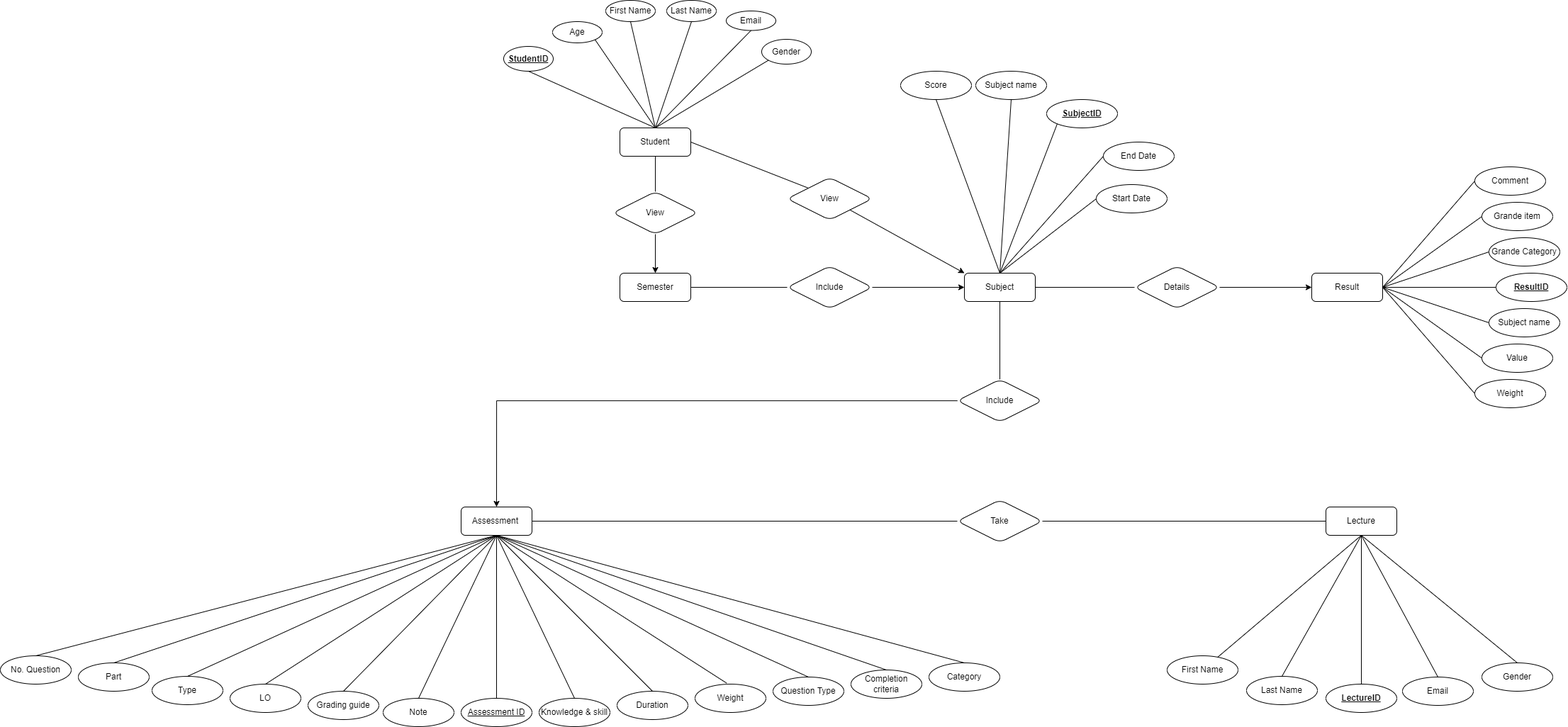
This is ERD Quan Ly Diem.png from vietanhlek48/DBI_SP22_Assessment, a draw.io export, as it was before one commit. Source tidied: cells renumbered, new cells last; positions are measured from the earlier drawing's top-left corner, leaving out a move shared by most shapes.
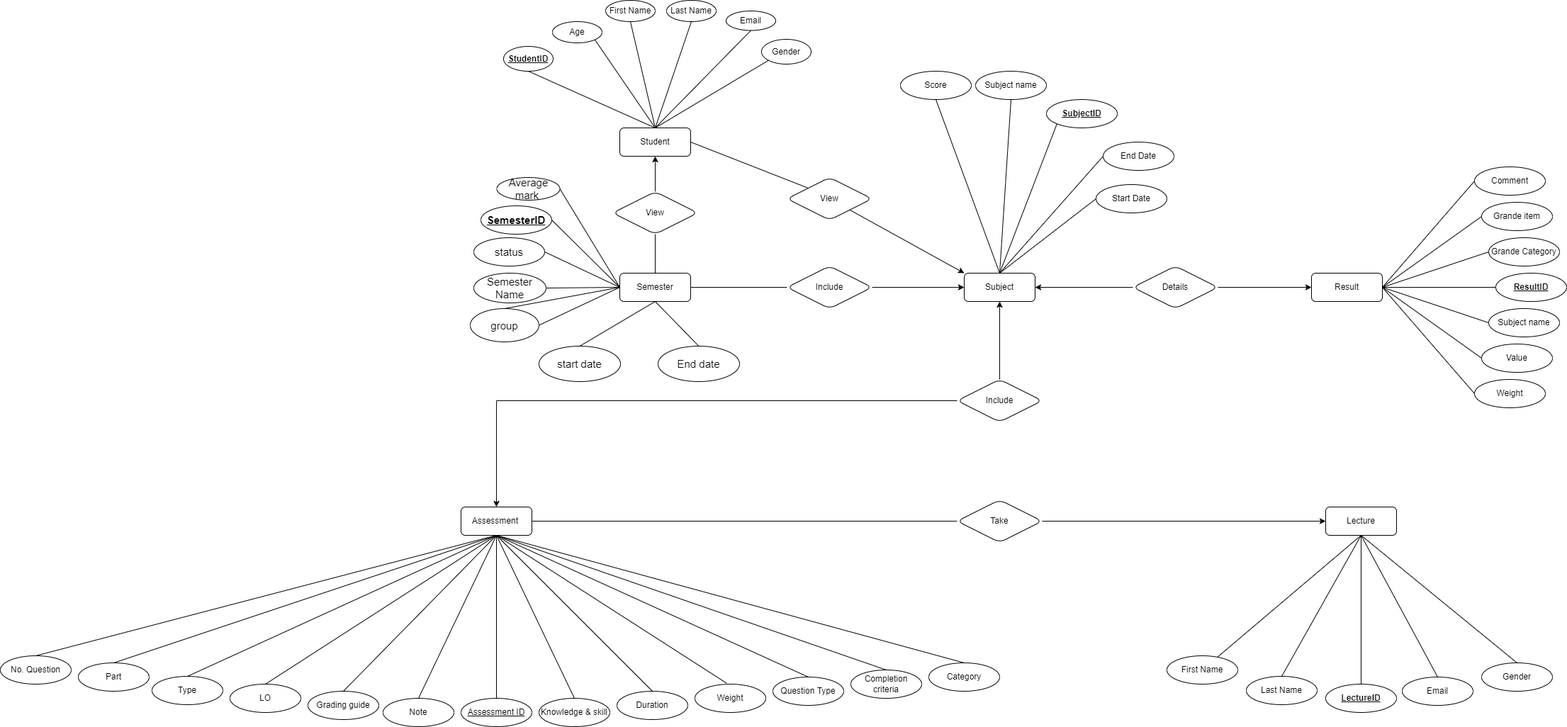
After the commit.

Change to the diagram source:
```diff
@@ -47,13 +47,13 @@
     <mxCell id="16" style="endArrow=none;html=1;rounded=1;exitX=0;exitY=1;exitDx=0;exitDy=0;entryX=0.5;entryY=0;entryDx=0;entryDy=0;" parent="1" edge="1" source="10" target="2">
       <mxGeometry relative="1" as="geometry" />
     </mxCell>
-    <mxCell id="17" style="edgeStyle=orthogonalEdgeStyle;rounded=0;jettySize=auto;html=1;entryX=0.5;entryY=0;entryDx=0;entryDy=0;" parent="1" edge="1" source="18" target="4">
-      <mxGeometry relative="1" as="geometry" />
-    </mxCell>
+    <mxCell id="99" style="edgeStyle=orthogonalEdgeStyle;rounded=0;jettySize=auto;html=1;entryX=0.5;entryY=1;entryDx=0;entryDy=0;" parent="1" edge="1" source="18" target="2">
+      <mxGeometry relative="1" as="geometry" />
+    </mxCell>
     <mxCell id="18" value="View" style="shape=rhombus;perimeter=rhombusPerimeter;whiteSpace=wrap;html=1;align=center;rounded=1;" parent="1" vertex="1">
       <mxGeometry x="864" y="270" width="120" height="60" as="geometry" />
     </mxCell>
-    <mxCell id="19" style="endArrow=none;html=1;rounded=1;exitX=0.5;exitY=1;exitDx=0;exitDy=0;entryX=0.5;entryY=0;entryDx=0;entryDy=0;" parent="1" edge="1" source="2" target="18">
+    <mxCell id="19" style="endArrow=none;html=1;rounded=1;exitX=0.5;exitY=1;exitDx=0;exitDy=0;entryX=0.5;entryY=0;entryDx=0;entryDy=0;" parent="1" edge="1" source="18" target="4">
       <mxGeometry relative="1" as="geometry" />
     </mxCell>
     <mxCell id="20" style="edgeStyle=orthogonalEdgeStyle;rounded=0;jettySize=auto;html=1;exitX=1;exitY=0.5;exitDx=0;exitDy=0;entryX=0;entryY=0.5;entryDx=0;entryDy=0;" parent="1" edge="1" source="21" target="5">
@@ -74,24 +74,24 @@
     <mxCell id="25" style="endArrow=none;html=1;rounded=1;exitX=1;exitY=0.5;exitDx=0;exitDy=0;entryX=0;entryY=0;entryDx=0;entryDy=0;" parent="1" edge="1" source="2" target="24">
       <mxGeometry relative="1" as="geometry" />
     </mxCell>
-    <mxCell id="26" style="endArrow=none;html=1;rounded=1;exitX=1;exitY=0.5;exitDx=0;exitDy=0;" parent="1" edge="1" source="5" target="28">
-      <mxGeometry relative="1" as="geometry" />
-    </mxCell>
     <mxCell id="27" style="edgeStyle=none;rounded=0;jettySize=auto;html=1;entryX=0;entryY=0.5;entryDx=0;entryDy=0;" parent="1" edge="1" source="28" target="6">
       <mxGeometry relative="1" as="geometry" />
     </mxCell>
+    <mxCell id="100" style="edgeStyle=orthogonalEdgeStyle;rounded=0;jettySize=auto;html=1;entryX=1;entryY=0.5;entryDx=0;entryDy=0;" parent="1" edge="1" source="28" target="5">
+      <mxGeometry relative="1" as="geometry" />
+    </mxCell>
     <mxCell id="28" value="Details" style="shape=rhombus;perimeter=rhombusPerimeter;whiteSpace=wrap;html=1;align=center;rounded=1;" parent="1" vertex="1">
-      <mxGeometry x="1600" y="375" width="120" height="60" as="geometry" />
+      <mxGeometry x="1598" y="375" width="120" height="60" as="geometry" />
     </mxCell>
     <mxCell id="29" style="edgeStyle=orthogonalEdgeStyle;rounded=0;jettySize=auto;html=1;entryX=0.5;entryY=0;entryDx=0;entryDy=0;" parent="1" edge="1" source="30" target="3">
       <mxGeometry relative="1" as="geometry" />
     </mxCell>
+    <mxCell id="101" style="edgeStyle=orthogonalEdgeStyle;rounded=0;jettySize=auto;html=1;" parent="1" edge="1" source="30" target="5">
+      <mxGeometry relative="1" as="geometry" />
+    </mxCell>
     <mxCell id="30" value="Include" style="shape=rhombus;perimeter=rhombusPerimeter;whiteSpace=wrap;html=1;align=center;rounded=1;" parent="1" vertex="1">
       <mxGeometry x="1350" y="535" width="120" height="60" as="geometry" />
     </mxCell>
-    <mxCell id="31" style="endArrow=none;html=1;rounded=1;exitX=0.5;exitY=1;exitDx=0;exitDy=0;entryX=0.5;entryY=0;entryDx=0;entryDy=0;" parent="1" edge="1" source="5" target="30">
-      <mxGeometry relative="1" as="geometry" />
-    </mxCell>
     <mxCell id="32" value="&lt;b&gt;LectureID&lt;/b&gt;" style="ellipse;whiteSpace=wrap;html=1;align=center;fontStyle=4;rounded=1;" parent="1" vertex="1">
       <mxGeometry x="1870" y="965" width="100" height="40" as="geometry" />
     </mxCell>
@@ -284,14 +284,59 @@
     <mxCell id="95" style="endArrow=none;html=1;rounded=1;exitX=0.5;exitY=1;exitDx=0;exitDy=0;entryX=0.5;entryY=0;entryDx=0;entryDy=0;" parent="1" edge="1" source="83" target="90">
       <mxGeometry relative="1" as="geometry" />
     </mxCell>
+    <mxCell id="98" style="edgeStyle=orthogonalEdgeStyle;rounded=0;jettySize=auto;html=1;entryX=0;entryY=0.5;entryDx=0;entryDy=0;" parent="1" edge="1" source="96" target="83">
+      <mxGeometry relative="1" as="geometry" />
+    </mxCell>
     <mxCell id="96" value="Take" style="shape=rhombus;perimeter=rhombusPerimeter;whiteSpace=wrap;html=1;align=center;rounded=1;" parent="1" vertex="1">
       <mxGeometry x="1350" y="705" width="120" height="60" as="geometry" />
     </mxCell>
     <mxCell id="97" style="endArrow=none;html=1;rounded=1;exitX=1;exitY=0.5;exitDx=0;exitDy=0;entryX=0;entryY=0.5;entryDx=0;entryDy=0;" parent="1" edge="1" source="3" target="96">
       <mxGeometry relative="1" as="geometry" />
     </mxCell>
-    <mxCell id="98" style="endArrow=none;html=1;rounded=1;entryX=0;entryY=0.5;entryDx=0;entryDy=0;exitX=1;exitY=0.5;exitDx=0;exitDy=0;" parent="1" edge="1" source="96" target="83">
-      <mxGeometry relative="1" as="geometry" />
-    </mxCell>
+    <mxCell id="102" value="&lt;u&gt;&lt;span style=&quot;&quot;&gt;SemesterID&lt;/span&gt;&lt;/u&gt;" style="ellipse;whiteSpace=wrap;html=1;fontSize=15;fontStyle=1;" parent="1" vertex="1">
+      <mxGeometry x="678" y="290" width="100" height="40" as="geometry" />
+    </mxCell>
+    <mxCell id="103" value="&lt;span style=&quot;font-weight: normal;&quot;&gt;End date&lt;/span&gt;" style="ellipse;whiteSpace=wrap;html=1;fontSize=15;fontStyle=1;" parent="1" vertex="1">
+      <mxGeometry x="928" y="488" width="115" height="50" as="geometry" />
+    </mxCell>
+    <mxCell id="104" value="&lt;span style=&quot;font-weight: normal;&quot;&gt;Average mark&amp;nbsp;&lt;/span&gt;" style="ellipse;whiteSpace=wrap;html=1;fontSize=15;fontStyle=1;" parent="1" vertex="1">
+      <mxGeometry x="700.5" y="250" width="89" height="32" as="geometry" />
+    </mxCell>
+    <mxCell id="105" value="&lt;span style=&quot;font-weight: normal;&quot;&gt;status&lt;/span&gt;" style="ellipse;whiteSpace=wrap;html=1;fontSize=15;fontStyle=1;" parent="1" vertex="1">
+      <mxGeometry x="668" y="335" width="100" height="40" as="geometry" />
+    </mxCell>
+    <mxCell id="106" style="endArrow=none;html=1;rounded=0;entryX=0;entryY=0.5;entryDx=0;entryDy=0;exitX=1;exitY=0.5;exitDx=0;exitDy=0;fontSize=15;fontStyle=1;" parent="1" edge="1" source="104" target="4">
+      <mxGeometry relative="1" as="geometry" />
+    </mxCell>
+    <mxCell id="107" style="endArrow=none;html=1;rounded=0;entryX=0;entryY=0.5;entryDx=0;entryDy=0;exitX=1;exitY=0.5;exitDx=0;exitDy=0;fontSize=15;fontStyle=1;" parent="1" edge="1" source="102" target="4">
+      <mxGeometry relative="1" as="geometry" />
+    </mxCell>
+    <mxCell id="108" style="endArrow=none;html=1;rounded=0;entryX=0;entryY=0.5;entryDx=0;entryDy=0;exitX=1;exitY=0.5;exitDx=0;exitDy=0;fontSize=15;fontStyle=1;" parent="1" edge="1" source="105" target="4">
+      <mxGeometry relative="1" as="geometry" />
+    </mxCell>
+    <mxCell id="109" style="endArrow=none;html=1;rounded=0;entryX=0;entryY=0.5;entryDx=0;entryDy=0;exitX=0.5;exitY=0;exitDx=0;exitDy=0;fontSize=15;fontStyle=1;startArrow=none;" parent="1" edge="1" source="115" target="4">
+      <mxGeometry relative="1" as="geometry" />
+    </mxCell>
+    <mxCell id="110" style="endArrow=none;html=1;rounded=0;entryX=0;entryY=0.5;entryDx=0;entryDy=0;exitX=1;exitY=0.5;exitDx=0;exitDy=0;fontSize=15;fontStyle=1;" parent="1" edge="1" source="113" target="4">
+      <mxGeometry relative="1" as="geometry" />
+    </mxCell>
+    <mxCell id="111" style="endArrow=none;html=1;rounded=0;exitX=0.5;exitY=0;exitDx=0;exitDy=0;fontSize=15;fontStyle=1;entryX=0.5;entryY=1;entryDx=0;entryDy=0;" parent="1" edge="1" source="112" target="4">
+      <mxGeometry relative="1" as="geometry" />
+    </mxCell>
+    <mxCell id="112" value="start date" style="ellipse;whiteSpace=wrap;html=1;fontSize=15;" parent="1" vertex="1">
+      <mxGeometry x="760" y="488" width="115" height="50" as="geometry" />
+    </mxCell>
+    <mxCell id="113" value="&lt;span style=&quot;font-weight: normal;&quot;&gt;Semester Name&lt;/span&gt;" style="ellipse;whiteSpace=wrap;html=1;fontSize=15;fontStyle=1;" parent="1" vertex="1">
+      <mxGeometry x="668" y="385" width="102" height="42" as="geometry" />
+    </mxCell>
+    <mxCell id="114" style="endArrow=none;html=1;rounded=0;entryX=0;entryY=0.5;entryDx=0;entryDy=0;exitX=1;exitY=0.5;exitDx=0;exitDy=0;fontSize=15;fontStyle=1;" parent="1" edge="1" source="115" target="4">
+      <mxGeometry relative="1" as="geometry" />
+    </mxCell>
+    <mxCell id="115" value="&lt;span style=&quot;font-weight: normal;&quot;&gt;group&lt;/span&gt;" style="ellipse;whiteSpace=wrap;html=1;fontSize=15;fontStyle=1;" parent="1" vertex="1">
+      <mxGeometry x="663" y="435" width="97" height="47" as="geometry" />
+    </mxCell>
+    <mxCell id="116" style="endArrow=none;html=1;rounded=0;exitX=0.5;exitY=0;exitDx=0;exitDy=0;fontSize=15;fontStyle=1;entryX=0.5;entryY=1;entryDx=0;entryDy=0;" parent="1" edge="1" source="103" target="4">
+      <mxGeometry relative="1" as="geometry" />
+    </mxCell>
   </root>
 </mxGraphModel>
```
